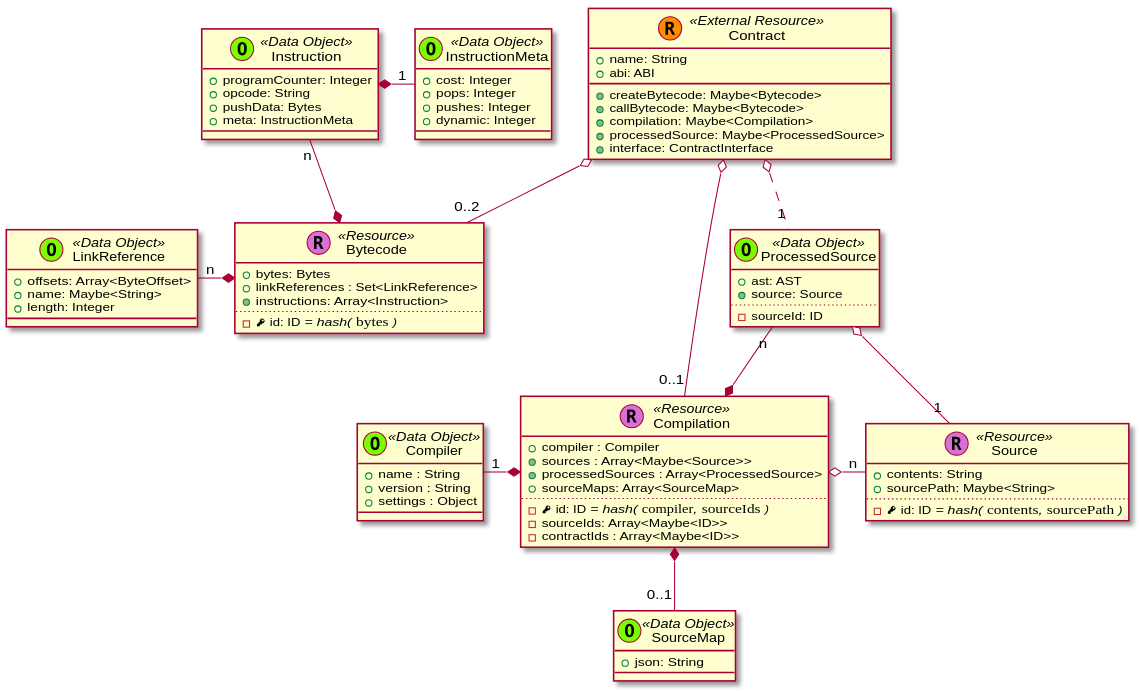
This is contrib/trufflesuite/add-network-genealogy/_images/plantuml-e9147eb3f2fd48370e6ec239004ba66ea4d7f91a.svg from trufflesuite/artifact-updates, a PlantUML export, as it was before one commit.
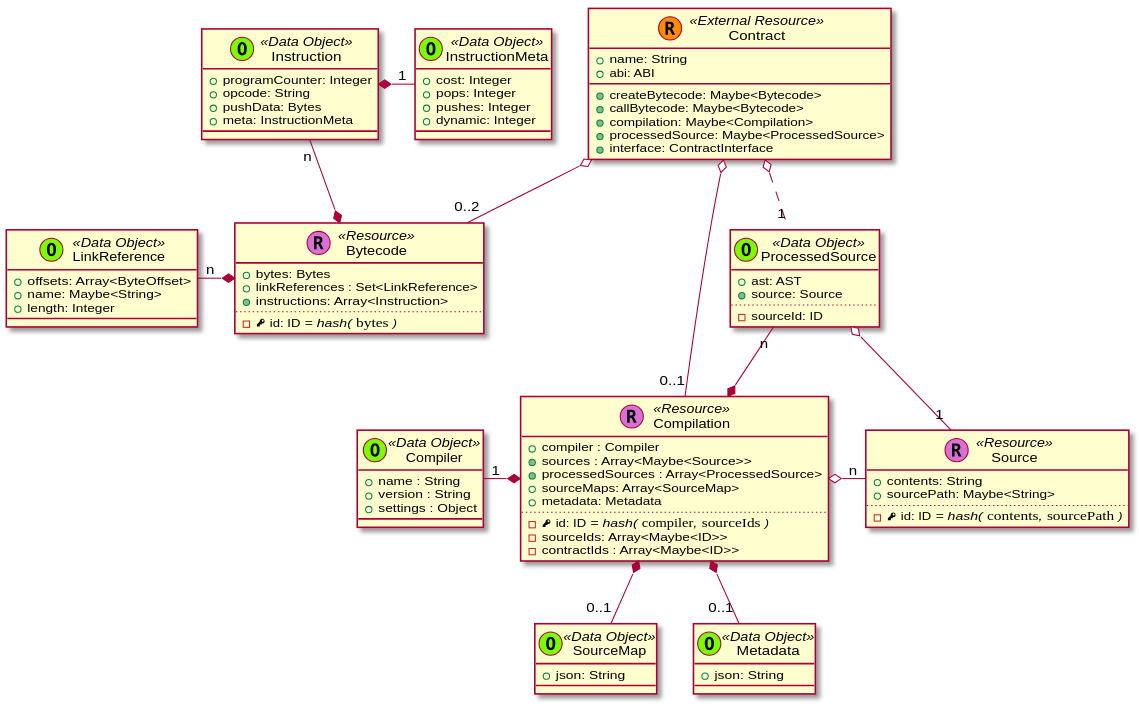
After the change.

What changed in the source:
```diff
@@ -64,6 +64,7 @@
       + {method} sources : Array<Maybe<Source>>
       + {method} processedSources : Array<ProcessedSource>
       + sourceMaps: Array<SourceMap>
+      + metadata: Metadata
       ..
       - {field} <&key> id: ID //= hash(// ""compiler""//,// ""sourceIds"" //)//
       - sourceIds: Array<Maybe<ID>>
@@ -71,7 +72,6 @@
     }
 
   ProcessedSource "n" --* Compilation
-
 
 
 
@@ -106,6 +106,10 @@
 
 
 
+  class Metadata << (O,lawngreen) Data Object >> {
+    + json: String
+  }
+
 
 
 
@@ -138,6 +142,7 @@
 
   Compilation *-- "0..1" SourceMap
 
+  Compilation *-- "0..1" Metadata
 
 
 
```
